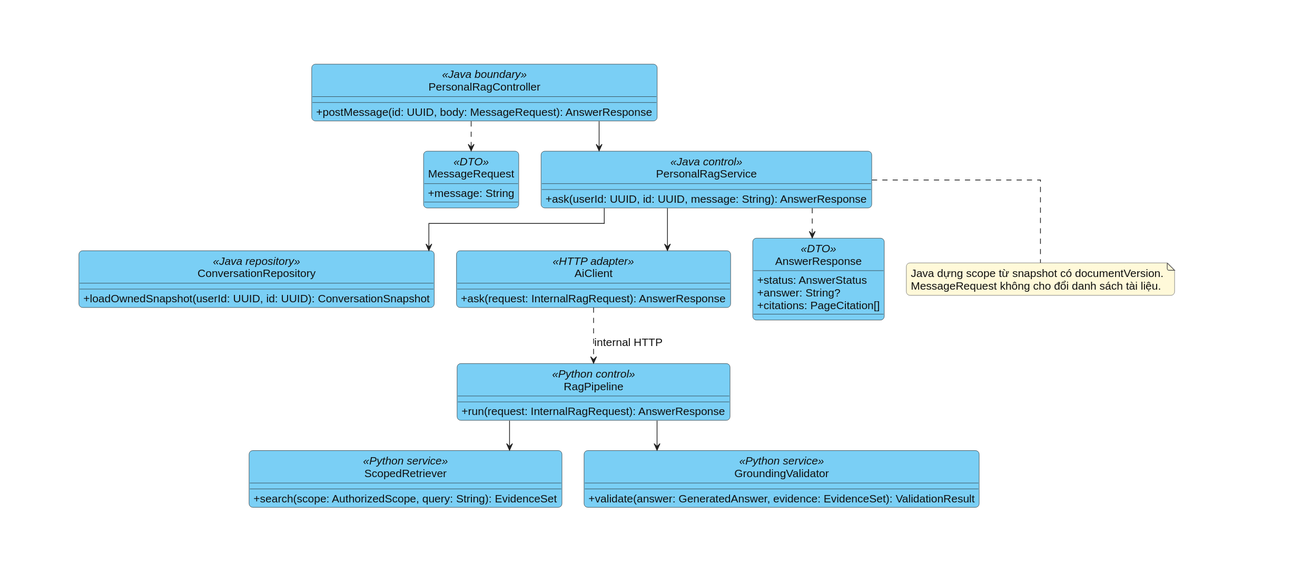
Earlier version of the PlantUML export docs/diagrams/chuong-3/class-04-personal-rag.svg (bch7504/DATN). The source it was exported from:
```plantuml
@startuml
skinparam defaultFontColor #111111
skinparam ArrowColor #222222
skinparam ActorBackgroundColor #7ACFF5
skinparam ActorBorderColor #222222
skinparam NoteBackgroundColor #FFF9D9
skinparam NoteBorderColor #555555
skinparam RectangleBackgroundColor white
skinparam RectangleBorderColor #222222
hide circle
skinparam ClassBackgroundColor #7ACFF5
skinparam ClassBorderColor #222222
skinparam ClassHeaderBackgroundColor #7ACFF5
skinparam shadowing false
skinparam linetype ortho
skinparam backgroundColor white
skinparam defaultFontName Arial
skinparam defaultFontSize 15
skinparam classAttributeIconSize 0
skinparam packageStyle rectangle
skinparam roundcorner 10
skinparam nodesep 30
skinparam ranksep 40
top to bottom direction
class PersonalRagController <<Java boundary>> {
+postMessage(id: UUID, body: MessageRequest): AnswerResponse
}
class MessageRequest <<DTO>> {
+message: String
}
class PersonalRagService <<Java control>> {
+ask(userId: UUID, id: UUID, message: String): AnswerResponse
}
class ConversationRepository <<Java repository>> {
+loadOwnedSnapshot(userId: UUID, id: UUID): ConversationSnapshot
}
class AiClient <<HTTP adapter>> {
+ask(request: InternalRagRequest): AnswerResponse
}
class RagPipeline <<Python control>> {
+run(request: InternalRagRequest): AnswerResponse
}
class ScopedRetriever <<Python service>> {
+search(scope: AuthorizedScope, query: String): EvidenceSet
}
class GroundingValidator <<Python service>> {
+validate(answer: GeneratedAnswer, evidence: EvidenceSet): ValidationResult
}
class AnswerResponse <<DTO>> {
+status: AnswerStatus
+answer: String?
+citations: PageCitation[]
}
PersonalRagController ..> MessageRequest
PersonalRagController --> PersonalRagService
PersonalRagService --> ConversationRepository
PersonalRagService --> AiClient
AiClient ..> RagPipeline : internal HTTP
RagPipeline --> ScopedRetriever
RagPipeline --> GroundingValidator
PersonalRagService ..> AnswerResponse
note bottom of PersonalRagService
Java dựng scope từ snapshot có documentVersion.
MessageRequest không cho đổi danh sách tài liệu.
end note
@enduml
```
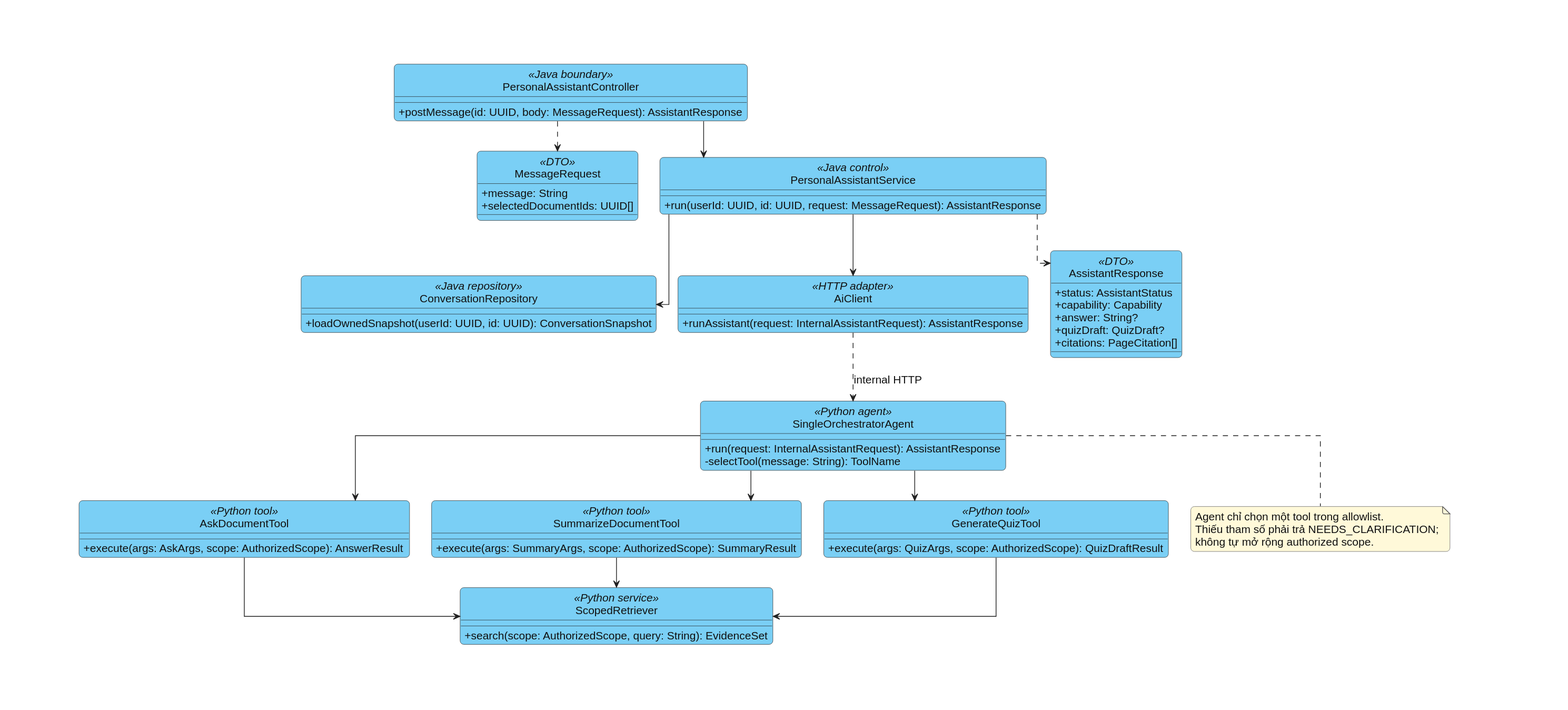
The same file after the commit.

The edit, as a diff of the source:
```diff
@@ -1,12 +1,8 @@
 @startuml
 skinparam defaultFontColor #111111
 skinparam ArrowColor #222222
-skinparam ActorBackgroundColor #7ACFF5
-skinparam ActorBorderColor #222222
 skinparam NoteBackgroundColor #FFF9D9
 skinparam NoteBorderColor #555555
-skinparam RectangleBackgroundColor white
-skinparam RectangleBorderColor #222222
 hide circle
 skinparam ClassBackgroundColor #7ACFF5
 skinparam ClassBorderColor #222222
@@ -22,45 +18,63 @@
 skinparam nodesep 30
 skinparam ranksep 40
 top to bottom direction
-class PersonalRagController <<Java boundary>> {
-+postMessage(id: UUID, body: MessageRequest): AnswerResponse
+
+class PersonalAssistantController <<Java boundary>> {
+  +postMessage(id: UUID, body: MessageRequest): AssistantResponse
 }
 class MessageRequest <<DTO>> {
-+message: String
+  +message: String
+  +selectedDocumentIds: UUID[]
 }
-class PersonalRagService <<Java control>> {
-+ask(userId: UUID, id: UUID, message: String): AnswerResponse
+class PersonalAssistantService <<Java control>> {
+  +run(userId: UUID, id: UUID, request: MessageRequest): AssistantResponse
 }
 class ConversationRepository <<Java repository>> {
-+loadOwnedSnapshot(userId: UUID, id: UUID): ConversationSnapshot
+  +loadOwnedSnapshot(userId: UUID, id: UUID): ConversationSnapshot
 }
 class AiClient <<HTTP adapter>> {
-+ask(request: InternalRagRequest): AnswerResponse
+  +runAssistant(request: InternalAssistantRequest): AssistantResponse
 }
-class RagPipeline <<Python control>> {
-+run(request: InternalRagRequest): AnswerResponse
+class SingleOrchestratorAgent <<Python agent>> {
+  +run(request: InternalAssistantRequest): AssistantResponse
+  -selectTool(message: String): ToolName
+}
+class AskDocumentTool <<Python tool>> {
+  +execute(args: AskArgs, scope: AuthorizedScope): AnswerResult
+}
+class SummarizeDocumentTool <<Python tool>> {
+  +execute(args: SummaryArgs, scope: AuthorizedScope): SummaryResult
+}
+class GenerateQuizTool <<Python tool>> {
+  +execute(args: QuizArgs, scope: AuthorizedScope): QuizDraftResult
 }
 class ScopedRetriever <<Python service>> {
-+search(scope: AuthorizedScope, query: String): EvidenceSet
+  +search(scope: AuthorizedScope, query: String): EvidenceSet
 }
-class GroundingValidator <<Python service>> {
-+validate(answer: GeneratedAnswer, evidence: EvidenceSet): ValidationResult
+class AssistantResponse <<DTO>> {
+  +status: AssistantStatus
+  +capability: Capability
+  +answer: String?
+  +quizDraft: QuizDraft?
+  +citations: PageCitation[]
 }
-class AnswerResponse <<DTO>> {
-+status: AnswerStatus
-+answer: String?
-+citations: PageCitation[]
-}
-PersonalRagController ..> MessageRequest
-PersonalRagController --> PersonalRagService
-PersonalRagService --> ConversationRepository
-PersonalRagService --> AiClient
-AiClient ..> RagPipeline : internal HTTP
-RagPipeline --> ScopedRetriever
-RagPipeline --> GroundingValidator
-PersonalRagService ..> AnswerResponse
-note bottom of PersonalRagService
-Java dựng scope từ snapshot có documentVersion.
-MessageRequest không cho đổi danh sách tài liệu.
+
+PersonalAssistantController ..> MessageRequest
+PersonalAssistantController --> PersonalAssistantService
+PersonalAssistantService --> ConversationRepository
+PersonalAssistantService --> AiClient
+AiClient ..> SingleOrchestratorAgent : internal HTTP
+SingleOrchestratorAgent --> AskDocumentTool
+SingleOrchestratorAgent --> SummarizeDocumentTool
+SingleOrchestratorAgent --> GenerateQuizTool
+AskDocumentTool --> ScopedRetriever
+SummarizeDocumentTool --> ScopedRetriever
+GenerateQuizTool --> ScopedRetriever
+PersonalAssistantService ..> AssistantResponse
+
+note bottom of SingleOrchestratorAgent
+Agent chỉ chọn một tool trong allowlist.
+Thiếu tham số phải trả NEEDS_CLARIFICATION;
+không tự mở rộng authorized scope.
 end note
 @enduml
```
